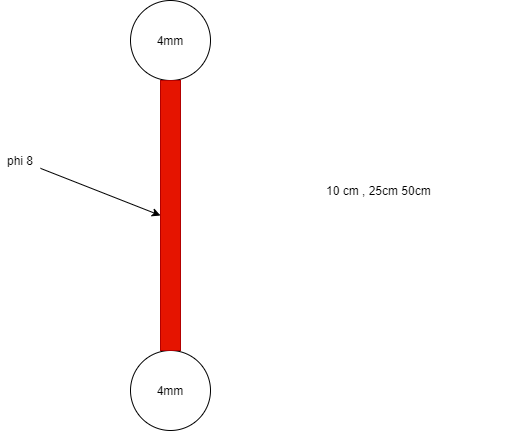
The draw.io diagram cos_cable/cos_cable.png in letrthong/uhes_visual_programing_iot, before a commit. Source tidied: cells renumbered, new cells last; positions are measured from the earlier drawing's top-left corner, leaving out a move shared by most shapes. The source it was exported from:
```xml
<mxGraphModel>
  <root>
    <mxCell id="0" />
    <mxCell id="1" parent="0" />
    <mxCell id="2" value="4mm" style="ellipse;whiteSpace=wrap;html=1;" parent="1" vertex="1">
      <mxGeometry x="130" width="80" height="80" as="geometry" />
    </mxCell>
    <mxCell id="3" value="4mm" style="ellipse;whiteSpace=wrap;html=1;" parent="1" vertex="1">
      <mxGeometry x="130" y="350" width="80" height="80" as="geometry" />
    </mxCell>
    <mxCell id="4" style="rounded=0;whiteSpace=wrap;html=1;fillColor=#e51400;strokeColor=#B20000;fontColor=#ffffff;" parent="1" vertex="1">
      <mxGeometry x="160" y="80" width="20" height="270" as="geometry" />
    </mxCell>
    <mxCell id="5" value="10 cm , 25cm 50cm&amp;nbsp;" style="text;html=1;strokeColor=none;fillColor=none;align=center;verticalAlign=middle;whiteSpace=wrap;rounded=0;" parent="1" vertex="1">
      <mxGeometry x="250" y="180" width="260" height="20" as="geometry" />
    </mxCell>
    <mxCell id="6" style="endArrow=classic;html=1;entryX=0;entryY=0.5;entryDx=0;entryDy=0;" parent="1" edge="1" source="7" target="4">
      <mxGeometry relative="1" as="geometry" />
    </mxCell>
    <mxCell id="7" value="phi 8" style="text;html=1;strokeColor=none;fillColor=none;align=center;verticalAlign=middle;whiteSpace=wrap;rounded=0;" parent="1" vertex="1">
      <mxGeometry y="150" width="40" height="20" as="geometry" />
    </mxCell>
  </root>
</mxGraphModel>
```
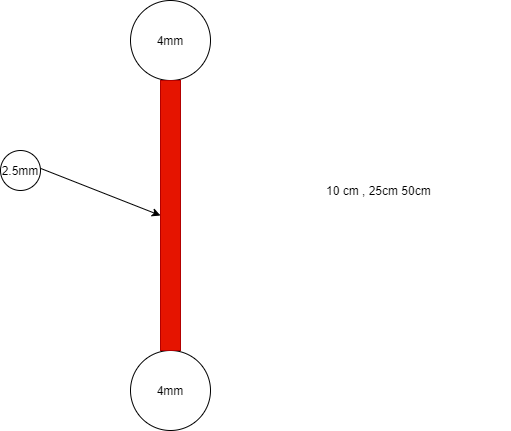
Later version of the same file.

What changed in the source:
```diff
@@ -14,11 +14,13 @@
     <mxCell id="5" value="10 cm , 25cm 50cm&amp;nbsp;" style="text;html=1;strokeColor=none;fillColor=none;align=center;verticalAlign=middle;whiteSpace=wrap;rounded=0;" parent="1" vertex="1">
       <mxGeometry x="250" y="180" width="260" height="20" as="geometry" />
     </mxCell>
-    <mxCell id="6" style="endArrow=classic;html=1;entryX=0;entryY=0.5;entryDx=0;entryDy=0;" parent="1" edge="1" source="7" target="4">
-      <mxGeometry relative="1" as="geometry" />
+    <mxCell id="6" style="endArrow=classic;html=1;entryX=0;entryY=0.5;entryDx=0;entryDy=0;" parent="1" edge="1" target="4">
+      <mxGeometry relative="1" as="geometry">
+        <mxPoint x="40" y="167.9" as="sourcePoint" />
+      </mxGeometry>
     </mxCell>
-    <mxCell id="7" value="phi 8" style="text;html=1;strokeColor=none;fillColor=none;align=center;verticalAlign=middle;whiteSpace=wrap;rounded=0;" parent="1" vertex="1">
-      <mxGeometry y="150" width="40" height="20" as="geometry" />
-    </mxCell>
+    <mxCell id="8" value="2.5mm" style="ellipse;whiteSpace=wrap;html=1;" parent="1" vertex="1">
+      <mxGeometry y="150" width="40" height="40" as="geometry" />
+    </mxCell>
   </root>
 </mxGraphModel>
```
